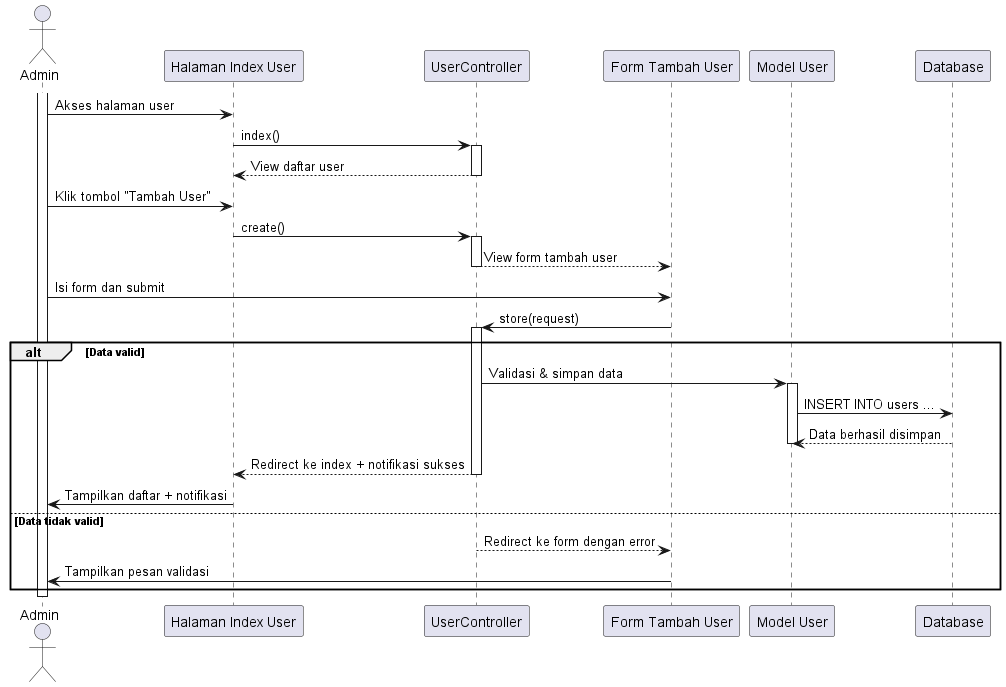
Above: out/sequence diagram/user/membuat_user/membuat_user.png in tengahcang/UML_TA (PlantUML), before the change.
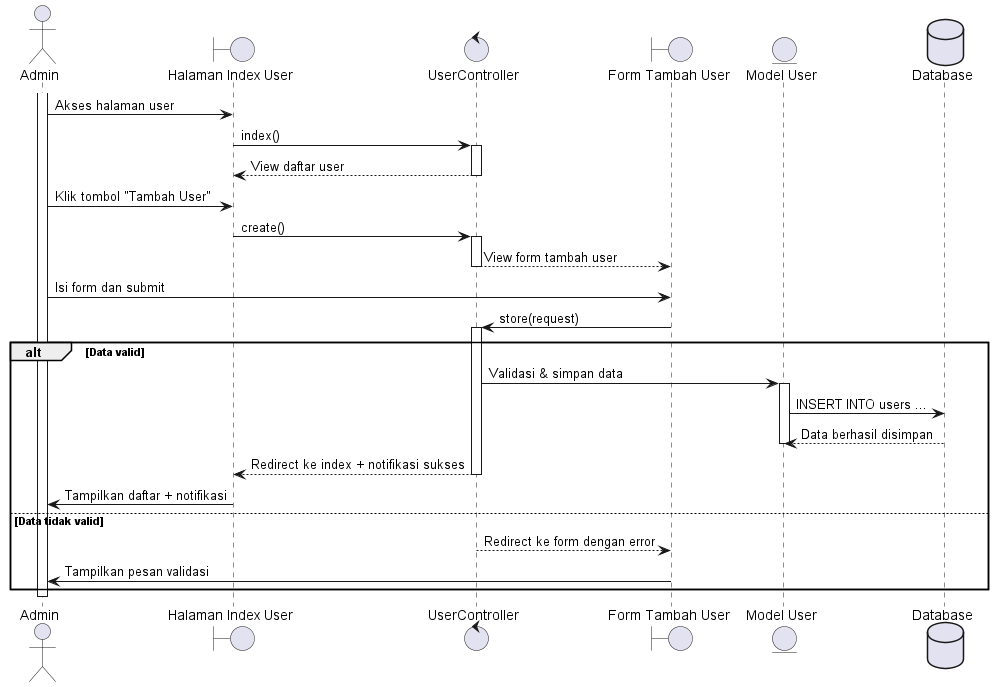
After the commit.

What changed in the source:
```diff
@@ -1,11 +1,11 @@
 @startuml
 actor Admin
 
-participant "Halaman Index User" as UserIndex
-participant "UserController" as Controller
-participant "Form Tambah User" as UserForm
-participant "Model User" as UserModel
-participant "Database" as DB
+boundary "Halaman Index User" as UserIndex
+control "UserController" as Controller
+boundary "Form Tambah User" as UserForm
+entity "Model User" as UserModel
+database "Database" as DB
 
 activate Admin
 Admin -> UserIndex: Akses halaman user
```
